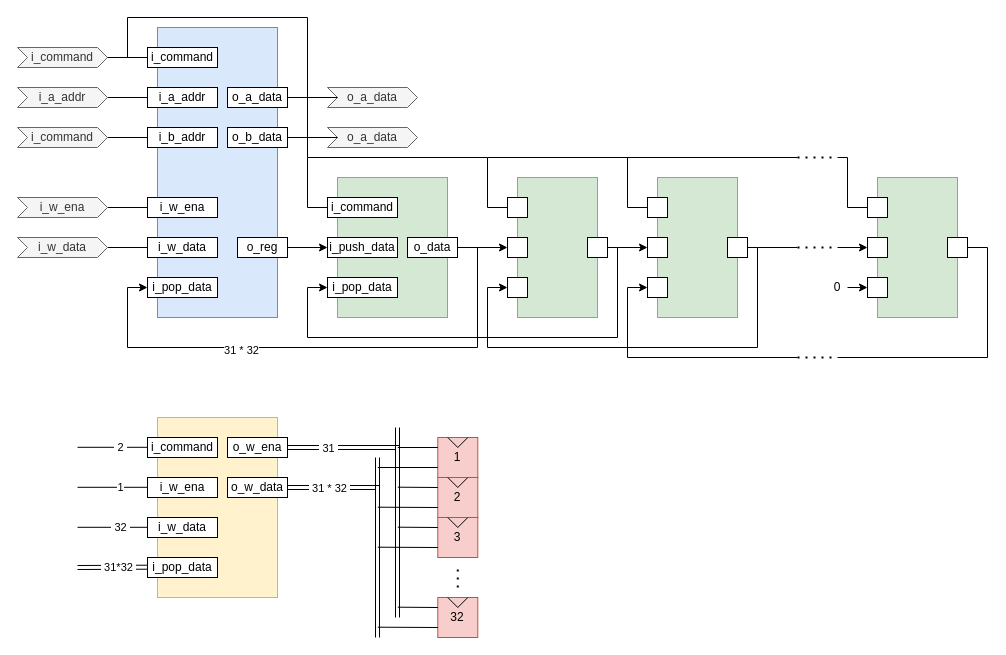
Earlier version of the draw.io diagram images/instance.drawio (hippo-rv/veryl_stacked_regfile). Source tidied: cells renumbered, new cells numbered last; positions are measured from the earlier drawing's top-left corner, leaving out a move shared by most shapes. Both pictures are drawn from the tidied source at 100%, with x=0, y=0 at pixel (17, 17).
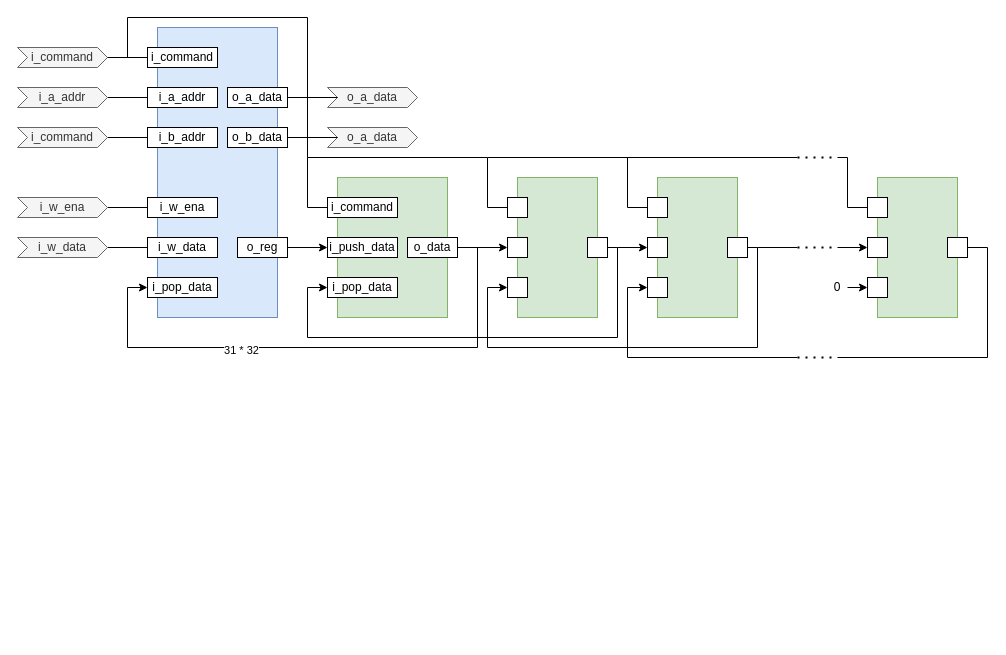
Above is the later version.

Diff of the diagram source:
```diff
@@
-    <mxCell id="67" value="1" style="rounded=0;whiteSpace=wrap;html=1;fillColor=#f8cecc;strokeColor=#b85450;" parent="1" vertex="1">
-      <mxGeometry x="420.3" y="420" width="40" height="40" as="geometry" />
-    </mxCell>
-    <mxCell id="68" value="2" style="rounded=0;whiteSpace=wrap;html=1;fillColor=#f8cecc;strokeColor=#b85450;" parent="1" vertex="1">
-      <mxGeometry x="420.3" y="460" width="40" height="40" as="geometry" />
-    </mxCell>
-    <mxCell id="69" value="3" style="rounded=0;whiteSpace=wrap;html=1;fillColor=#f8cecc;strokeColor=#b85450;" parent="1" vertex="1">
-      <mxGeometry x="420.3" y="500" width="40" height="40" as="geometry" />
-    </mxCell>
-    <mxCell id="70" style="endArrow=none;html=1;rounded=0;" parent="1" edge="1">
-      <mxGeometry relative="1" as="geometry">
-        <mxPoint x="430.3" y="420" as="sourcePoint" />
-        <mxPoint x="450.3" y="420" as="targetPoint" />
-        <Array as="points">
-          <mxPoint x="440.3" y="430" />
-        </Array>
-      </mxGeometry>
-    </mxCell>
-    <mxCell id="71" style="endArrow=none;html=1;rounded=0;" parent="1" edge="1">
-      <mxGeometry relative="1" as="geometry">
-        <mxPoint x="430.3" y="460" as="sourcePoint" />
-        <mxPoint x="450.3" y="460" as="targetPoint" />
-        <Array as="points">
-          <mxPoint x="440.3" y="470" />
-        </Array>
-      </mxGeometry>
-    </mxCell>
-    <mxCell id="72" style="endArrow=none;html=1;rounded=0;" parent="1" edge="1">
-      <mxGeometry relative="1" as="geometry">
-        <mxPoint x="430.3" y="500" as="sourcePoint" />
-        <mxPoint x="450.3" y="500" as="targetPoint" />
-        <Array as="points">
-          <mxPoint x="440.3" y="510" />
-        </Array>
-      </mxGeometry>
-    </mxCell>
-    <mxCell id="73" value="32" style="rounded=0;whiteSpace=wrap;html=1;fillColor=#f8cecc;strokeColor=#b85450;" parent="1" vertex="1">
-      <mxGeometry x="420.3" y="580" width="40" height="40" as="geometry" />
-    </mxCell>
-    <mxCell id="74" style="endArrow=none;html=1;rounded=0;" parent="1" edge="1">
-      <mxGeometry relative="1" as="geometry">
-        <mxPoint x="430.3" y="580" as="sourcePoint" />
-        <mxPoint x="450.3" y="580" as="targetPoint" />
-        <Array as="points">
-          <mxPoint x="440.3" y="590" />
-        </Array>
-      </mxGeometry>
-    </mxCell>
-    <mxCell id="75" style="endArrow=none;html=1;rounded=0;exitX=0;exitY=0.25;exitDx=0;exitDy=0;" parent="1" edge="1" source="67">
-      <mxGeometry relative="1" as="geometry">
-        <mxPoint x="380.3" y="430" as="targetPoint" />
-      </mxGeometry>
-    </mxCell>
-    <mxCell id="76" style="endArrow=none;html=1;rounded=0;exitX=0;exitY=0.25;exitDx=0;exitDy=0;" parent="1" edge="1" source="68">
-      <mxGeometry relative="1" as="geometry">
-        <mxPoint x="380.3" y="469.7" as="targetPoint" />
-      </mxGeometry>
-    </mxCell>
-    <mxCell id="77" style="endArrow=none;html=1;rounded=0;exitX=0;exitY=0.25;exitDx=0;exitDy=0;" parent="1" edge="1" source="69">
-      <mxGeometry relative="1" as="geometry">
-        <mxPoint x="380.3" y="509.7" as="targetPoint" />
-      </mxGeometry>
-    </mxCell>
-    <mxCell id="78" style="endArrow=none;html=1;rounded=0;exitX=0;exitY=0.25;exitDx=0;exitDy=0;" parent="1" edge="1" source="73">
-      <mxGeometry relative="1" as="geometry">
-        <mxPoint x="380.3" y="589.7" as="targetPoint" />
-      </mxGeometry>
-    </mxCell>
-    <mxCell id="79" style="shape=link;html=1;rounded=0;exitX=1;exitY=0.5;exitDx=0;exitDy=0;" parent="1" edge="1">
-      <mxGeometry relative="1" as="geometry">
-        <mxPoint x="270" y="430" as="sourcePoint" />
-        <mxPoint x="380" y="600" as="targetPoint" />
-        <Array as="points">
-          <mxPoint x="380" y="430" />
-        </Array>
-      </mxGeometry>
-    </mxCell>
-    <mxCell id="80" value="&amp;nbsp;31&amp;nbsp;" style="edgeLabel;html=1;align=center;verticalAlign=middle;" parent="79" vertex="1">
-      <mxGeometry x="-0.68" y="2" relative="1" as="geometry">
-        <mxPoint x="-5" y="2" as="offset" />
-      </mxGeometry>
-    </mxCell>
-    <mxCell id="81" style="endArrow=none;html=1;rounded=0;exitX=0;exitY=0.75;exitDx=0;exitDy=0;" parent="1" edge="1" source="67">
-      <mxGeometry relative="1" as="geometry">
-        <mxPoint x="360.3" y="450" as="targetPoint" />
-      </mxGeometry>
-    </mxCell>
-    <mxCell id="82" style="endArrow=none;html=1;rounded=0;exitX=0;exitY=0.75;exitDx=0;exitDy=0;" parent="1" edge="1" source="68">
-      <mxGeometry relative="1" as="geometry">
-        <mxPoint x="360.3" y="489.7" as="targetPoint" />
-      </mxGeometry>
-    </mxCell>
-    <mxCell id="83" style="endArrow=none;html=1;rounded=0;exitX=0;exitY=0.75;exitDx=0;exitDy=0;" parent="1" edge="1" source="69">
-      <mxGeometry relative="1" as="geometry">
-        <mxPoint x="360.3" y="529.7" as="targetPoint" />
-      </mxGeometry>
-    </mxCell>
-    <mxCell id="84" style="endArrow=none;html=1;rounded=0;exitX=0;exitY=0.75;exitDx=0;exitDy=0;" parent="1" edge="1" source="73">
-      <mxGeometry relative="1" as="geometry">
-        <mxPoint x="360.3" y="609.7" as="targetPoint" />
-      </mxGeometry>
-    </mxCell>
-    <mxCell id="85" style="shape=link;html=1;rounded=0;exitX=1;exitY=0.5;exitDx=0;exitDy=0;" parent="1" edge="1" source="90">
-      <mxGeometry relative="1" as="geometry">
-        <mxPoint x="360" y="620" as="targetPoint" />
-        <Array as="points">
-          <mxPoint x="360" y="470" />
-        </Array>
-      </mxGeometry>
-    </mxCell>
-    <mxCell id="86" value="&amp;nbsp;31 * 32&amp;nbsp;" style="edgeLabel;html=1;align=center;verticalAlign=middle;" parent="85" vertex="1">
-      <mxGeometry x="-0.66" y="1" relative="1" as="geometry">
-        <mxPoint y="1" as="offset" />
-      </mxGeometry>
-    </mxCell>
-    <mxCell id="87" style="endArrow=none;dashed=1;html=1;dashPattern=1 3;strokeWidth=2;rounded=0;" parent="1" edge="1">
-      <mxGeometry relative="1" as="geometry">
-        <mxPoint x="440.3" y="570" as="sourcePoint" />
-        <mxPoint x="440.3" y="550" as="targetPoint" />
-      </mxGeometry>
-    </mxCell>
-    <mxCell id="88" style="rounded=0;whiteSpace=wrap;html=1;fillColor=#fff2cc;strokeColor=#d6b656;" parent="1" vertex="1">
-      <mxGeometry x="140" y="400" width="120" height="180" as="geometry" />
-    </mxCell>
-    <mxCell id="89" value="o_w_ena" style="rounded=0;whiteSpace=wrap;html=1;" parent="1" vertex="1">
-      <mxGeometry x="210" y="420" width="60" height="20" as="geometry" />
-    </mxCell>
-    <mxCell id="90" value="o_w_data" style="rounded=0;whiteSpace=wrap;html=1;" parent="1" vertex="1">
-      <mxGeometry x="210" y="460" width="60" height="20" as="geometry" />
-    </mxCell>
-    <mxCell id="91" value="i_w_ena" style="rounded=0;whiteSpace=wrap;html=1;" parent="1" vertex="1">
-      <mxGeometry x="130" y="460" width="70" height="20" as="geometry" />
-    </mxCell>
-    <mxCell id="92" value="i_w_data" style="rounded=0;whiteSpace=wrap;html=1;" parent="1" vertex="1">
-      <mxGeometry x="130" y="500" width="70" height="20" as="geometry" />
-    </mxCell>
-    <mxCell id="93" value="i_pop_data" style="rounded=0;whiteSpace=wrap;html=1;" parent="1" vertex="1">
-      <mxGeometry x="130" y="540" width="70" height="20" as="geometry" />
-    </mxCell>
-    <mxCell id="94" style="shape=link;html=1;rounded=0;" parent="1" edge="1">
-      <mxGeometry relative="1" as="geometry">
-        <mxPoint x="60" y="550" as="sourcePoint" />
-        <mxPoint x="130" y="549.7" as="targetPoint" />
-      </mxGeometry>
-    </mxCell>
-    <mxCell id="95" value="&amp;nbsp;31*32&amp;nbsp;" style="edgeLabel;html=1;align=center;verticalAlign=middle;" parent="94" vertex="1">
-      <mxGeometry x="0.14" y="-3" relative="1" as="geometry">
-        <mxPoint y="-3" as="offset" />
-      </mxGeometry>
-    </mxCell>
-    <mxCell id="96" style="endArrow=none;html=1;rounded=0;entryX=0;entryY=0.5;entryDx=0;entryDy=0;" parent="1" edge="1">
-      <mxGeometry relative="1" as="geometry">
-        <mxPoint x="60" y="509.8" as="sourcePoint" />
-        <mxPoint x="130" y="509.8" as="targetPoint" />
-      </mxGeometry>
-    </mxCell>
-    <mxCell id="97" value="&amp;nbsp;32&amp;nbsp;" style="edgeLabel;html=1;align=center;verticalAlign=middle;" parent="96" vertex="1">
-      <mxGeometry x="0.21" relative="1" as="geometry" />
-    </mxCell>
-    <mxCell id="98" value="i_command" style="rounded=0;whiteSpace=wrap;html=1;" parent="1" vertex="1">
-      <mxGeometry x="130" y="420" width="70" height="20" as="geometry" />
-    </mxCell>
-    <mxCell id="99" style="shape=link;html=1;rounded=0;" parent="1" edge="1">
-      <mxGeometry relative="1" as="geometry">
-        <mxPoint x="360" y="440" as="sourcePoint" />
-        <mxPoint x="360" y="500" as="targetPoint" />
-      </mxGeometry>
-    </mxCell>
-    <mxCell id="100" style="shape=link;html=1;rounded=0;" parent="1" edge="1">
-      <mxGeometry relative="1" as="geometry">
-        <mxPoint x="380" y="410" as="sourcePoint" />
-        <mxPoint x="380" y="440" as="targetPoint" />
-      </mxGeometry>
-    </mxCell>
-    <mxCell id="101" style="endArrow=none;html=1;rounded=0;entryX=0;entryY=0.5;entryDx=0;entryDy=0;" parent="1" edge="1">
-      <mxGeometry relative="1" as="geometry">
-        <mxPoint x="60" y="469.8" as="sourcePoint" />
-        <mxPoint x="130" y="469.8" as="targetPoint" />
-      </mxGeometry>
-    </mxCell>
-    <mxCell id="102" value="1" style="edgeLabel;html=1;align=center;verticalAlign=middle;" parent="101" vertex="1">
-      <mxGeometry x="0.21" relative="1" as="geometry" />
-    </mxCell>
-    <mxCell id="103" style="endArrow=none;html=1;rounded=0;entryX=0;entryY=0.5;entryDx=0;entryDy=0;" parent="1" edge="1">
-      <mxGeometry relative="1" as="geometry">
-        <mxPoint x="60" y="429.8" as="sourcePoint" />
-        <mxPoint x="130" y="429.8" as="targetPoint" />
-      </mxGeometry>
-    </mxCell>
-    <mxCell id="104" value="&amp;nbsp;2&amp;nbsp;" style="edgeLabel;html=1;align=center;verticalAlign=middle;" parent="103" vertex="1">
-      <mxGeometry x="0.21" relative="1" as="geometry" />
-    </mxCell>
```
